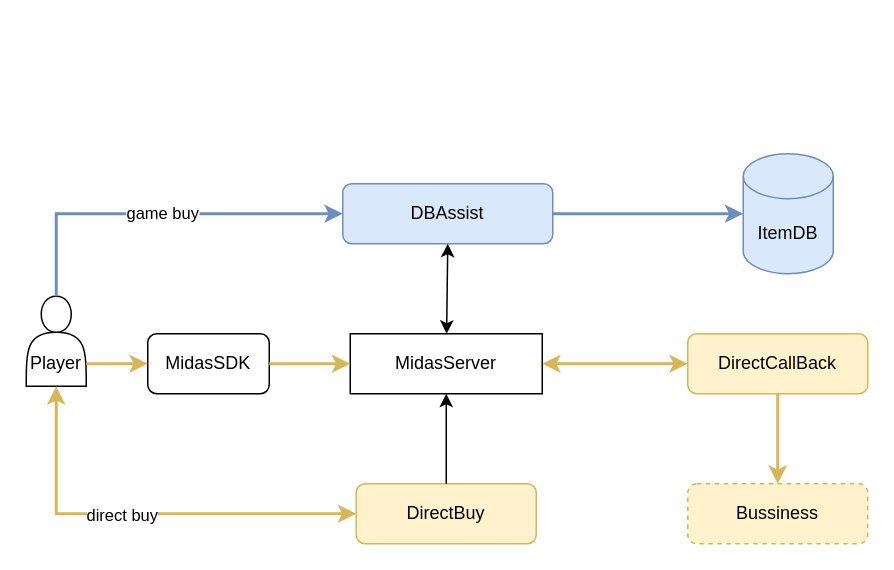
Above: page "Page-1" (1 of 2) of t11-a1.drawio in idehong/E-book (draw.io), before the change. Source tidied: cells renumbered, new cells numbered last; positions are measured from the earlier drawing's top-left corner, leaving out a move shared by most shapes. Both pictures are drawn from the tidied source at 150%, with x=0, y=0 at pixel (26, 153).
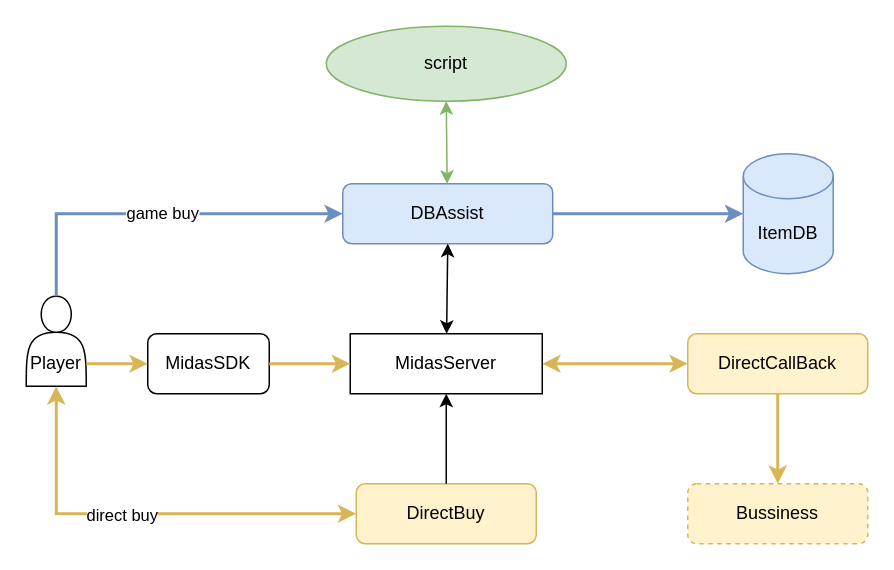
Above is the later version.

The edit, as a diff of the source:
```diff
@@
+    <mxCell id="21" value="script" style="ellipse;whiteSpace=wrap;html=1;fillColor=#d5e8d4;strokeColor=#82b366;" parent="1" vertex="1">
+      <mxGeometry x="200" y="-85" width="160" height="50" as="geometry" />
+    </mxCell>
+    <mxCell id="22" style="endArrow=classic;startArrow=classic;html=1;rounded=0;entryX=0.5;entryY=1;entryDx=0;entryDy=0;fillColor=#d5e8d4;strokeColor=#82b366;" parent="1" edge="1" target="21">
+      <mxGeometry relative="1" as="geometry">
+        <mxPoint x="280.6" y="20" as="sourcePoint" />
+      </mxGeometry>
+    </mxCell>
```
